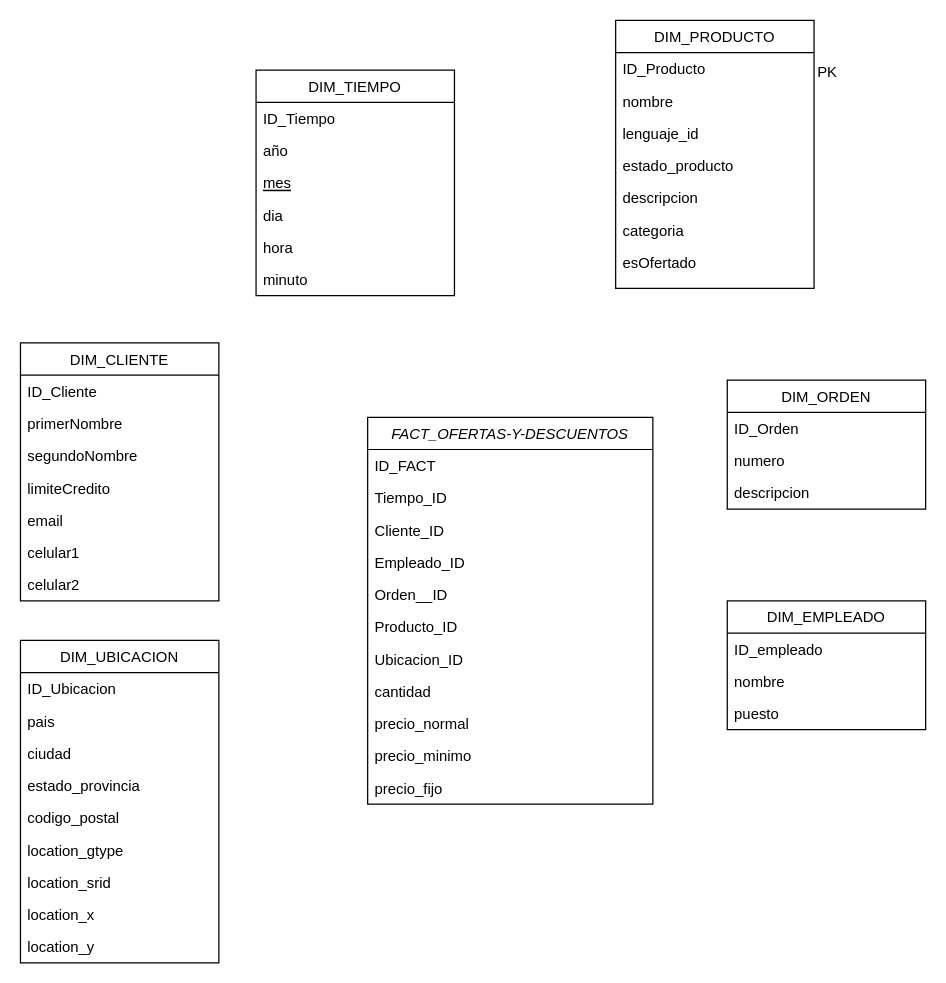
lourdesvaca/repository-algoritmica-avanzada-2023-2 keeps this draw.io diagram as PreParcialBase3.drawio. Above is the earlier version. Source tidied: cells renumbered, new cells numbered last; positions are measured from the earlier drawing's top-left corner, leaving out a move shared by most shapes. Both pictures are drawn from the tidied source at 124%, with x=0, y=0 at pixel (20, 20).
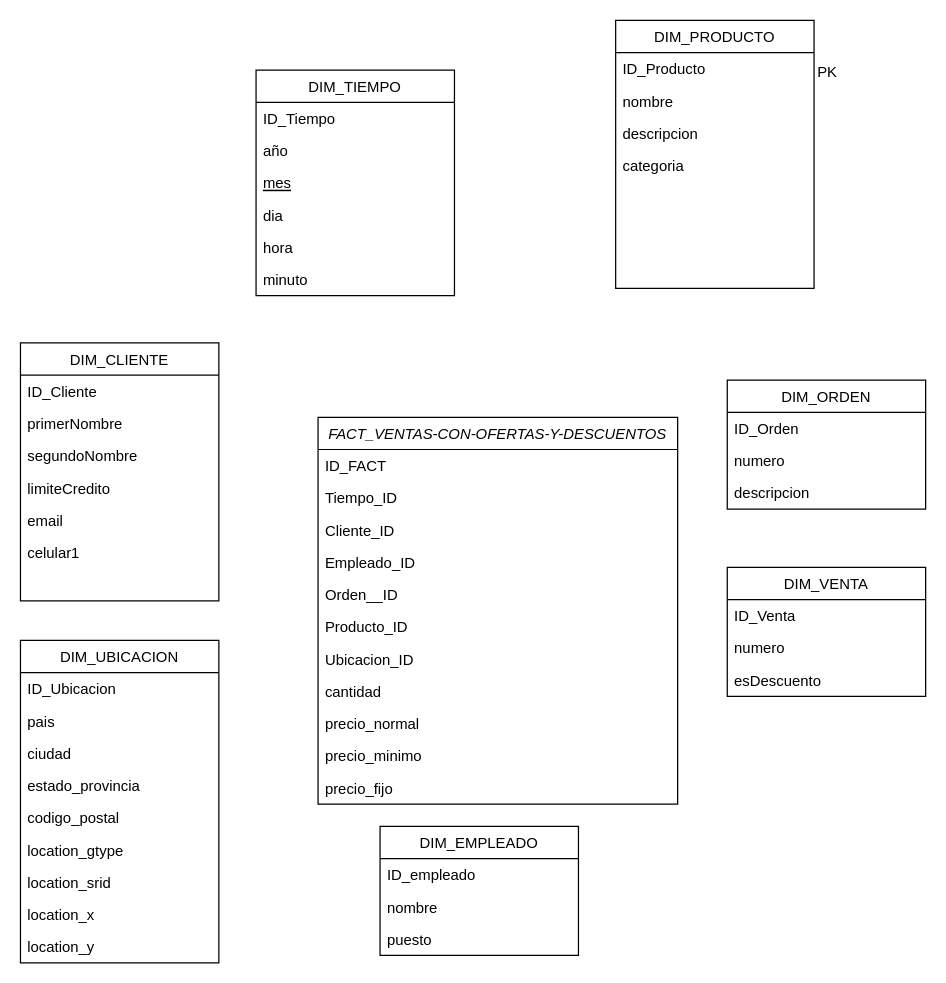
The same page after the edit.

Unchanged cells that the change refers to:
```xml
<mxCell id="14" value="DIM_CLIENTE" style="swimlane;fontStyle=0;align=center;verticalAlign=top;horizontal=1;startSize=26;rounded=0;shadow=0;strokeWidth=1;" parent="1" vertex="1">
  <mxGeometry y="260" width="160" height="208" as="geometry" />
</mxCell>
<mxCell id="26" value="DIM_PRODUCTO" style="swimlane;fontStyle=0;align=center;verticalAlign=top;horizontal=1;startSize=26;rounded=0;shadow=0;strokeWidth=1;" parent="1" vertex="1">
  <mxGeometry x="480" width="160" height="216" as="geometry" />
</mxCell>
```

Diff of the diagram source:
```diff
@@
-    <mxCell id="2" value="FACT_OFERTAS-Y-DESCUENTOS" style="swimlane;fontStyle=2;align=center;verticalAlign=top;horizontal=1;startSize=26;rounded=0;shadow=0;strokeWidth=1;" parent="1" vertex="1">
-      <mxGeometry x="280" y="320" width="230" height="312" as="geometry" />
+    <mxCell id="2" value="FACT_VENTAS-CON-OFERTAS-Y-DESCUENTOS" style="swimlane;fontStyle=2;align=center;verticalAlign=top;horizontal=1;startSize=26;rounded=0;shadow=0;strokeWidth=1;" parent="1" vertex="1">
+      <mxGeometry x="240" y="320" width="290" height="312" as="geometry" />
     </mxCell>
     <mxCell id="3" value="ID_FACT" style="text;align=left;verticalAlign=top;spacingLeft=4;spacingRight=4;overflow=hidden;" parent="2" vertex="1">
-      <mxGeometry y="26" width="230" height="26" as="geometry" />
+      <mxGeometry y="26" width="290" height="26" as="geometry" />
     </mxCell>
     <mxCell id="4" value="Tiempo_ID" style="text;align=left;verticalAlign=top;spacingLeft=4;spacingRight=4;overflow=hidden;rounded=0;shadow=0;html=0;" parent="2" vertex="1">
-      <mxGeometry y="52" width="230" height="26" as="geometry" />
+      <mxGeometry y="52" width="290" height="26" as="geometry" />
     </mxCell>
     <mxCell id="5" value="Cliente_ID" style="text;align=left;verticalAlign=top;spacingLeft=4;spacingRight=4;overflow=hidden;rounded=0;shadow=0;html=0;" parent="2" vertex="1">
-      <mxGeometry y="78" width="230" height="26" as="geometry" />
+      <mxGeometry y="78" width="290" height="26" as="geometry" />
     </mxCell>
     <mxCell id="6" value="Empleado_ID" style="text;align=left;verticalAlign=top;spacingLeft=4;spacingRight=4;overflow=hidden;rounded=0;shadow=0;html=0;" parent="2" vertex="1">
-      <mxGeometry y="104" width="230" height="26" as="geometry" />
+      <mxGeometry y="104" width="290" height="26" as="geometry" />
     </mxCell>
     <mxCell id="7" value="Orden__ID" style="text;align=left;verticalAlign=top;spacingLeft=4;spacingRight=4;overflow=hidden;rounded=0;shadow=0;html=0;" parent="2" vertex="1">
-      <mxGeometry y="130" width="230" height="26" as="geometry" />
+      <mxGeometry y="130" width="290" height="26" as="geometry" />
     </mxCell>
     <mxCell id="8" value="Producto_ID" style="text;align=left;verticalAlign=top;spacingLeft=4;spacingRight=4;overflow=hidden;" parent="2" vertex="1">
-      <mxGeometry y="156" width="230" height="26" as="geometry" />
+      <mxGeometry y="156" width="290" height="26" as="geometry" />
     </mxCell>
     <mxCell id="9" value="Ubicacion_ID" style="text;align=left;verticalAlign=top;spacingLeft=4;spacingRight=4;overflow=hidden;rounded=0;shadow=0;html=0;" parent="2" vertex="1">
-      <mxGeometry y="182" width="230" height="26" as="geometry" />
+      <mxGeometry y="182" width="290" height="26" as="geometry" />
     </mxCell>
     <mxCell id="10" value="cantidad" style="text;align=left;verticalAlign=top;spacingLeft=4;spacingRight=4;overflow=hidden;rounded=0;shadow=0;html=0;" parent="2" vertex="1">
-      <mxGeometry y="208" width="230" height="26" as="geometry" />
+      <mxGeometry y="208" width="290" height="26" as="geometry" />
     </mxCell>
     <mxCell id="11" value="precio_normal" style="text;align=left;verticalAlign=top;spacingLeft=4;spacingRight=4;overflow=hidden;rounded=0;shadow=0;html=0;" parent="2" vertex="1">
-      <mxGeometry y="234" width="230" height="26" as="geometry" />
+      <mxGeometry y="234" width="290" height="26" as="geometry" />
     </mxCell>
     <mxCell id="12" value="precio_minimo" style="text;align=left;verticalAlign=top;spacingLeft=4;spacingRight=4;overflow=hidden;rounded=0;shadow=0;html=0;" parent="2" vertex="1">
-      <mxGeometry y="260" width="230" height="26" as="geometry" />
+      <mxGeometry y="260" width="290" height="26" as="geometry" />
     </mxCell>
     <mxCell id="13" value="precio_fijo" style="text;align=left;verticalAlign=top;spacingLeft=4;spacingRight=4;overflow=hidden;rounded=0;shadow=0;html=0;" parent="2" vertex="1">
-      <mxGeometry y="286" width="230" height="26" as="geometry" />
+      <mxGeometry y="286" width="290" height="26" as="geometry" />
     </mxCell>
@@
-    <mxCell id="21" value="celular2" style="text;align=left;verticalAlign=top;spacingLeft=4;spacingRight=4;overflow=hidden;" parent="14" vertex="1">
-      <mxGeometry y="182" width="160" height="26" as="geometry" />
-    </mxCell>
@@
-    <mxCell id="29" value="lenguaje_id" style="text;align=left;verticalAlign=top;spacingLeft=4;spacingRight=4;overflow=hidden;rounded=0;shadow=0;html=0;" parent="26" vertex="1">
-      <mxGeometry y="78" width="160" height="26" as="geometry" />
-    </mxCell>
-    <mxCell id="30" value="estado_producto" style="text;align=left;verticalAlign=top;spacingLeft=4;spacingRight=4;overflow=hidden;rounded=0;shadow=0;html=0;" parent="26" vertex="1">
-      <mxGeometry y="104" width="160" height="26" as="geometry" />
-    </mxCell>
     <mxCell id="31" value="descripcion" style="text;align=left;verticalAlign=top;spacingLeft=4;spacingRight=4;overflow=hidden;rounded=0;shadow=0;html=0;" parent="26" vertex="1">
-      <mxGeometry y="130" width="160" height="26" as="geometry" />
+      <mxGeometry y="78" width="160" height="26" as="geometry" />
     </mxCell>
     <mxCell id="32" value="categoria" style="text;align=left;verticalAlign=top;spacingLeft=4;spacingRight=4;overflow=hidden;" parent="26" vertex="1">
-      <mxGeometry y="156" width="160" height="26" as="geometry" />
+      <mxGeometry y="104" width="160" height="26" as="geometry" />
     </mxCell>
-    <mxCell id="33" value="esOfertado" style="text;align=left;verticalAlign=top;spacingLeft=4;spacingRight=4;overflow=hidden;" parent="26" vertex="1">
-      <mxGeometry y="182" width="160" height="26" as="geometry" />
-    </mxCell>
@@
     <mxCell id="52" value="DIM_EMPLEADO" style="swimlane;fontStyle=0;align=center;verticalAlign=top;horizontal=1;startSize=26;rounded=0;shadow=0;strokeWidth=1;" parent="1" vertex="1">
-      <mxGeometry x="570" y="468" width="160" height="104" as="geometry" />
+      <mxGeometry x="290" y="650" width="160" height="104" as="geometry" />
     </mxCell>
@@
+    <mxCell id="56" value="DIM_VENTA" style="swimlane;fontStyle=0;align=center;verticalAlign=top;horizontal=1;startSize=26;rounded=0;shadow=0;strokeWidth=1;" parent="1" vertex="1">
+      <mxGeometry x="570" y="441" width="160" height="104" as="geometry" />
+    </mxCell>
+    <mxCell id="57" value="ID_Venta" style="text;align=left;verticalAlign=top;spacingLeft=4;spacingRight=4;overflow=hidden;" parent="56" vertex="1">
+      <mxGeometry y="26" width="160" height="26" as="geometry" />
+    </mxCell>
+    <mxCell id="58" value="numero" style="text;align=left;verticalAlign=top;spacingLeft=4;spacingRight=4;overflow=hidden;" parent="56" vertex="1">
+      <mxGeometry y="52" width="160" height="26" as="geometry" />
+    </mxCell>
+    <mxCell id="59" value="esDescuento" style="text;align=left;verticalAlign=top;spacingLeft=4;spacingRight=4;overflow=hidden;" parent="56" vertex="1">
+      <mxGeometry y="78" width="160" height="26" as="geometry" />
+    </mxCell>
```
